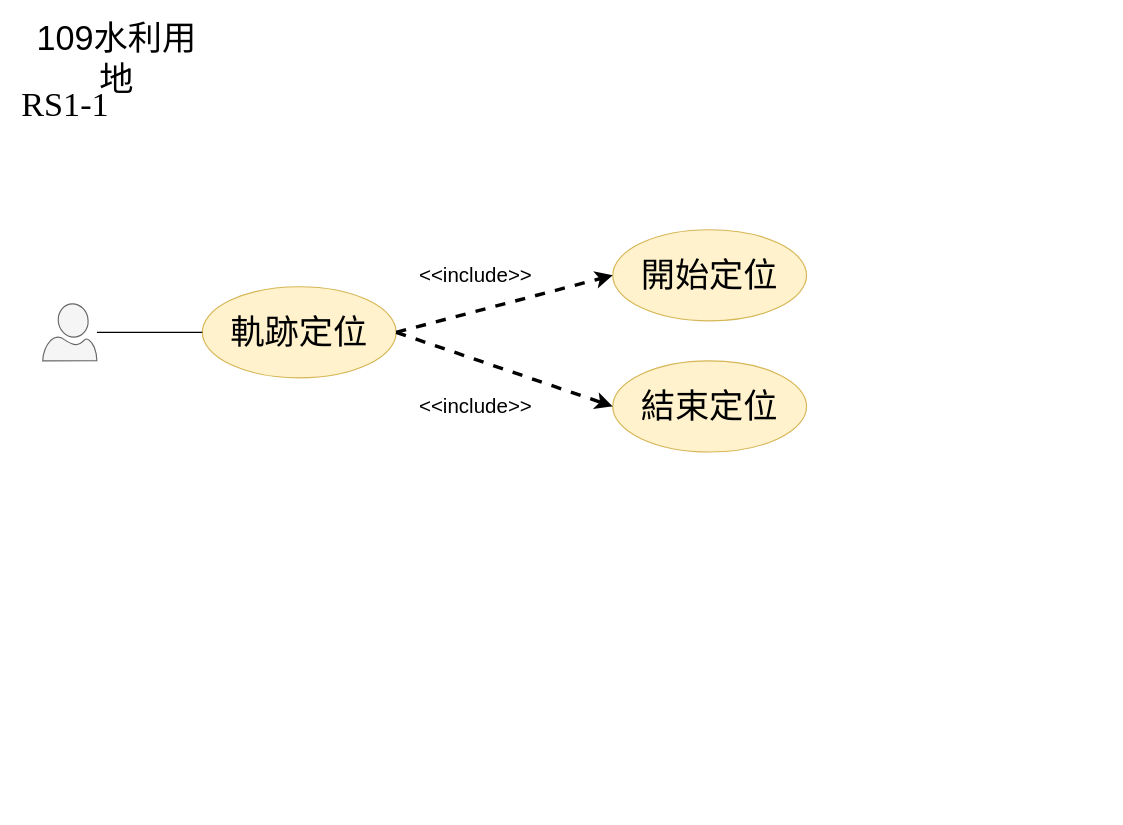
Before: page "RS1-1" (1 of 2) of Untitled Diagram.drawio in Peter0625/OPEN_PICTURE_SA, a draw.io diagram. Source tidied: cells renumbered, new cells numbered last; positions are measured from the earlier drawing's top-left corner, leaving out a move shared by most shapes. Both pictures are drawn from the tidied source at 114%, with x=0, y=0 at pixel (19, 47).
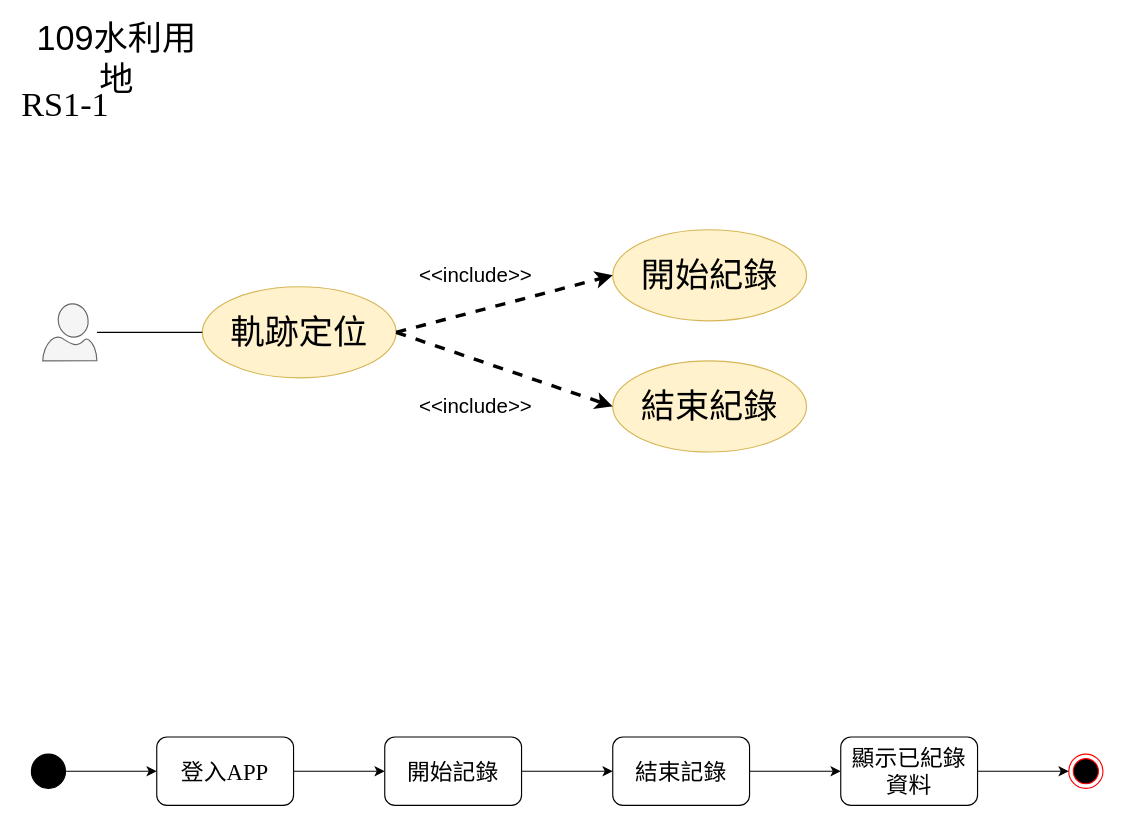
The same page after the edit.

Change to the diagram source:
```diff
@@
-    <mxCell id="6" value="開始定位" style="ellipse;whiteSpace=wrap;html=1;fillColor=#fff2cc;fontFamily=標楷體;fontSize=30;strokeColor=#d6b656;" parent="1" vertex="1">
+    <mxCell id="6" value="開始紀錄" style="ellipse;whiteSpace=wrap;html=1;fillColor=#fff2cc;fontFamily=標楷體;fontSize=30;strokeColor=#d6b656;" parent="1" vertex="1">
       <mxGeometry x="520" y="160" width="170" height="80" as="geometry" />
     </mxCell>
-    <mxCell id="7" value="結束定位" style="ellipse;whiteSpace=wrap;html=1;fillColor=#fff2cc;fontFamily=標楷體;fontSize=30;strokeColor=#d6b656;" parent="1" vertex="1">
+    <mxCell id="7" value="結束紀錄" style="ellipse;whiteSpace=wrap;html=1;fillColor=#fff2cc;fontFamily=標楷體;fontSize=30;strokeColor=#d6b656;" parent="1" vertex="1">
       <mxGeometry x="520" y="275" width="170" height="80" as="geometry" />
     </mxCell>
@@
+    <mxCell id="13" style="ellipse;html=1;shape=endState;fillColor=#000000;strokeColor=#ff0000;" parent="1" vertex="1">
+      <mxGeometry x="920" y="620" width="30" height="30" as="geometry" />
+    </mxCell>
+    <mxCell id="14" style="edgeStyle=orthogonalEdgeStyle;rounded=0;jettySize=auto;html=1;" parent="1" edge="1" source="15" target="17">
+      <mxGeometry relative="1" as="geometry" />
+    </mxCell>
+    <mxCell id="15" style="ellipse;whiteSpace=wrap;html=1;fillColor=#000000;" parent="1" vertex="1">
+      <mxGeometry x="10" y="620" width="30" height="30" as="geometry" />
+    </mxCell>
+    <mxCell id="16" style="edgeStyle=orthogonalEdgeStyle;rounded=0;jettySize=auto;html=1;" parent="1" edge="1" source="17" target="19">
+      <mxGeometry relative="1" as="geometry" />
+    </mxCell>
+    <mxCell id="17" value="&lt;font style=&quot;font-size: 20px&quot; face=&quot;標楷體&quot;&gt;登入&lt;/font&gt;&lt;font style=&quot;font-size: 20px&quot; face=&quot;Times New Roman&quot;&gt;APP&lt;/font&gt;" style="rounded=1;whiteSpace=wrap;html=1;fillColor=#FFFFFF;" parent="1" vertex="1">
+      <mxGeometry x="120" y="605" width="120" height="60" as="geometry" />
+    </mxCell>
+    <mxCell id="18" style="edgeStyle=orthogonalEdgeStyle;rounded=0;jettySize=auto;html=1;" parent="1" edge="1" source="19" target="21">
+      <mxGeometry relative="1" as="geometry" />
+    </mxCell>
+    <mxCell id="19" value="&lt;font style=&quot;font-size: 20px&quot; face=&quot;標楷體&quot;&gt;開始記錄&lt;/font&gt;" style="rounded=1;whiteSpace=wrap;html=1;fillColor=#FFFFFF;" parent="1" vertex="1">
+      <mxGeometry x="320" y="605" width="120" height="60" as="geometry" />
+    </mxCell>
+    <mxCell id="20" style="edgeStyle=orthogonalEdgeStyle;rounded=0;jettySize=auto;html=1;" parent="1" edge="1" source="21" target="23">
+      <mxGeometry relative="1" as="geometry" />
+    </mxCell>
+    <mxCell id="21" value="&lt;span style=&quot;font-size: 20px&quot;&gt;結束記錄&lt;/span&gt;" style="rounded=1;whiteSpace=wrap;html=1;fillColor=#FFFFFF;fontFamily=標楷體;" parent="1" vertex="1">
+      <mxGeometry x="520" y="605" width="120" height="60" as="geometry" />
+    </mxCell>
+    <mxCell id="22" style="edgeStyle=orthogonalEdgeStyle;rounded=0;jettySize=auto;html=1;" parent="1" edge="1" source="23" target="13">
+      <mxGeometry relative="1" as="geometry" />
+    </mxCell>
+    <mxCell id="23" value="&lt;span style=&quot;font-size: 20px&quot;&gt;顯示已紀錄資料&lt;/span&gt;" style="rounded=1;whiteSpace=wrap;html=1;fillColor=#FFFFFF;fontFamily=標楷體;" parent="1" vertex="1">
+      <mxGeometry x="720" y="605" width="120" height="60" as="geometry" />
+    </mxCell>
```
